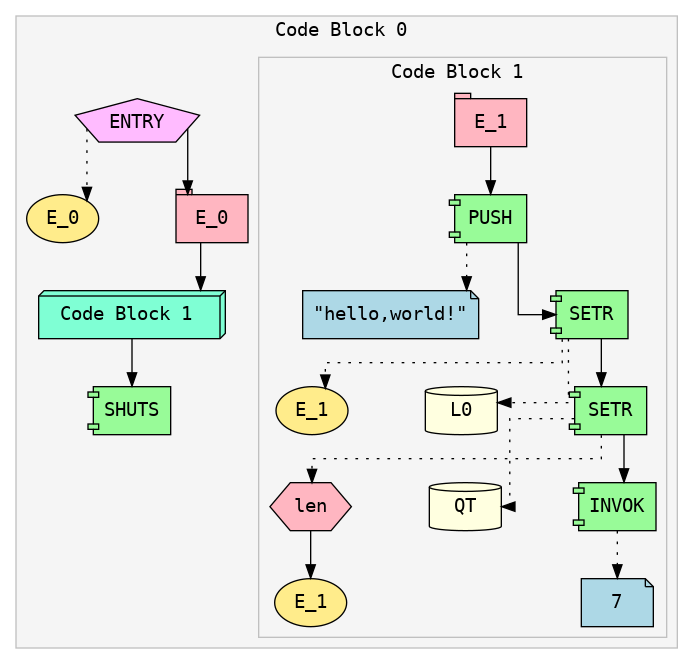
Before: ir.png, a diagram exported from Graphviz (Soham-Metha/IICT_Segfault_2025). Its source is kept beside it as ir.dot.
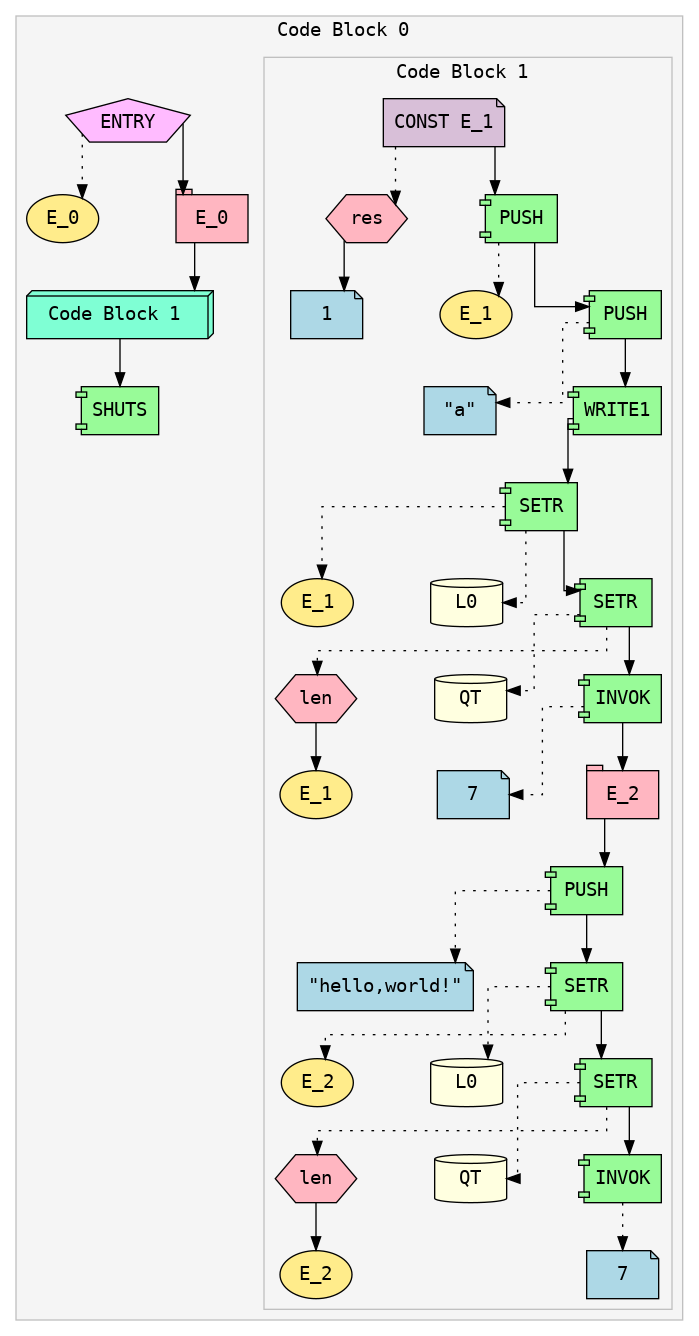
The same diagram one commit later.

Diff of the diagram source:
```diff
@@ -19,33 +19,67 @@
 color=gray;
 fillcolor=whitesmoke;
 fontname="Courier";
-Expr_5 [shape=tab style=filled fillcolor=lightpink fontname="Courier" label="E_1"]
-Expr_6 [shape=component style=filled fillcolor=palegreen fontname="Courier" label="PUSH"]
-Expr_7 [shape=note style=filled fillcolor=lightblue fontname="Courier" label="\"hello,world!\""]
-Expr_6 -> Expr_7 [style=dotted]
-Expr_5 -> Expr_6;
-Expr_8 [shape=component style=filled fillcolor=palegreen fontname="Courier" label="SETR"]
+Expr_5 [shape=note style=filled fillcolor=thistle fontname="Courier" label="CONST E_1"]
+Expr_6 [shape=hexagon style=filled fillcolor=lightpink fontname="Courier" label="res"]
+Expr_7 [shape=note style=filled fillcolor=lightblue fontname="Courier" label="1"]
+Expr_6 -> Expr_7
+Expr_5 -> Expr_6 [style=dotted]
+Expr_8 [shape=component style=filled fillcolor=palegreen fontname="Courier" label="PUSH"]
 Expr_9 [shape=ellipse style=filled fillcolor=lightgoldenrod1 fontname="Courier" label="E_1"]
 Expr_8 -> Expr_9 [style=dotted]
-Expr_10 [shape=cylinder style=filled fillcolor=lightyellow fontname="Courier" label="L0"]
-Expr_8 -> Expr_10 [style=dotted]
-Expr_6 -> Expr_8;
-Expr_11 [shape=component style=filled fillcolor=palegreen fontname="Courier" label="SETR"]
-Expr_12 [shape=hexagon style=filled fillcolor=lightpink fontname="Courier" label="len"]
-Expr_13 [shape=ellipse style=filled fillcolor=lightgoldenrod1 fontname="Courier" label="E_1"]
-Expr_12 -> Expr_13
-Expr_11 -> Expr_12 [style=dotted]
-Expr_14 [shape=cylinder style=filled fillcolor=lightyellow fontname="Courier" label="QT"]
-Expr_11 -> Expr_14 [style=dotted]
-Expr_8 -> Expr_11;
-Expr_15 [shape=component style=filled fillcolor=palegreen fontname="Courier" label="INVOK"]
-Expr_16 [shape=note style=filled fillcolor=lightblue fontname="Courier" label="7"]
-Expr_15 -> Expr_16 [style=dotted]
-Expr_11 -> Expr_15;
+Expr_5 -> Expr_8;
+Expr_10 [shape=component style=filled fillcolor=palegreen fontname="Courier" label="PUSH"]
+Expr_11 [shape=note style=filled fillcolor=lightblue fontname="Courier" label="\"a\""]
+Expr_10 -> Expr_11 [style=dotted]
+Expr_8 -> Expr_10;
+Expr_12 [shape=component style=filled fillcolor=palegreen fontname="Courier" label="WRITE1"]
+Expr_10 -> Expr_12;
+Expr_13 [shape=component style=filled fillcolor=palegreen fontname="Courier" label="SETR"]
+Expr_14 [shape=ellipse style=filled fillcolor=lightgoldenrod1 fontname="Courier" label="E_1"]
+Expr_13 -> Expr_14 [style=dotted]
+Expr_15 [shape=cylinder style=filled fillcolor=lightyellow fontname="Courier" label="L0"]
+Expr_13 -> Expr_15 [style=dotted]
+Expr_12 -> Expr_13;
+Expr_16 [shape=component style=filled fillcolor=palegreen fontname="Courier" label="SETR"]
+Expr_17 [shape=hexagon style=filled fillcolor=lightpink fontname="Courier" label="len"]
+Expr_18 [shape=ellipse style=filled fillcolor=lightgoldenrod1 fontname="Courier" label="E_1"]
+Expr_17 -> Expr_18
+Expr_16 -> Expr_17 [style=dotted]
+Expr_19 [shape=cylinder style=filled fillcolor=lightyellow fontname="Courier" label="QT"]
+Expr_16 -> Expr_19 [style=dotted]
+Expr_13 -> Expr_16;
+Expr_20 [shape=component style=filled fillcolor=palegreen fontname="Courier" label="INVOK"]
+Expr_21 [shape=note style=filled fillcolor=lightblue fontname="Courier" label="7"]
+Expr_20 -> Expr_21 [style=dotted]
+Expr_16 -> Expr_20;
+Expr_22 [shape=tab style=filled fillcolor=lightpink fontname="Courier" label="E_2"]
+Expr_20 -> Expr_22;
+Expr_23 [shape=component style=filled fillcolor=palegreen fontname="Courier" label="PUSH"]
+Expr_24 [shape=note style=filled fillcolor=lightblue fontname="Courier" label="\"hello,world!\""]
+Expr_23 -> Expr_24 [style=dotted]
+Expr_22 -> Expr_23;
+Expr_25 [shape=component style=filled fillcolor=palegreen fontname="Courier" label="SETR"]
+Expr_26 [shape=ellipse style=filled fillcolor=lightgoldenrod1 fontname="Courier" label="E_2"]
+Expr_25 -> Expr_26 [style=dotted]
+Expr_27 [shape=cylinder style=filled fillcolor=lightyellow fontname="Courier" label="L0"]
+Expr_25 -> Expr_27 [style=dotted]
+Expr_23 -> Expr_25;
+Expr_28 [shape=component style=filled fillcolor=palegreen fontname="Courier" label="SETR"]
+Expr_29 [shape=hexagon style=filled fillcolor=lightpink fontname="Courier" label="len"]
+Expr_30 [shape=ellipse style=filled fillcolor=lightgoldenrod1 fontname="Courier" label="E_2"]
+Expr_29 -> Expr_30
+Expr_28 -> Expr_29 [style=dotted]
+Expr_31 [shape=cylinder style=filled fillcolor=lightyellow fontname="Courier" label="QT"]
+Expr_28 -> Expr_31 [style=dotted]
+Expr_25 -> Expr_28;
+Expr_32 [shape=component style=filled fillcolor=palegreen fontname="Courier" label="INVOK"]
+Expr_33 [shape=note style=filled fillcolor=lightblue fontname="Courier" label="7"]
+Expr_32 -> Expr_33 [style=dotted]
+Expr_28 -> Expr_32;
 }
 Expr_4 [shape=box3d style=filled fillcolor=aquamarine fontname="Courier" label=" Code Block 1  "]
 Expr_3 -> Expr_4;
-Expr_17 [shape=component style=filled fillcolor=palegreen fontname="Courier" label="SHUTS"]
-Expr_4 -> Expr_17;
+Expr_34 [shape=component style=filled fillcolor=palegreen fontname="Courier" label="SHUTS"]
+Expr_4 -> Expr_34;
 }
 }
```
